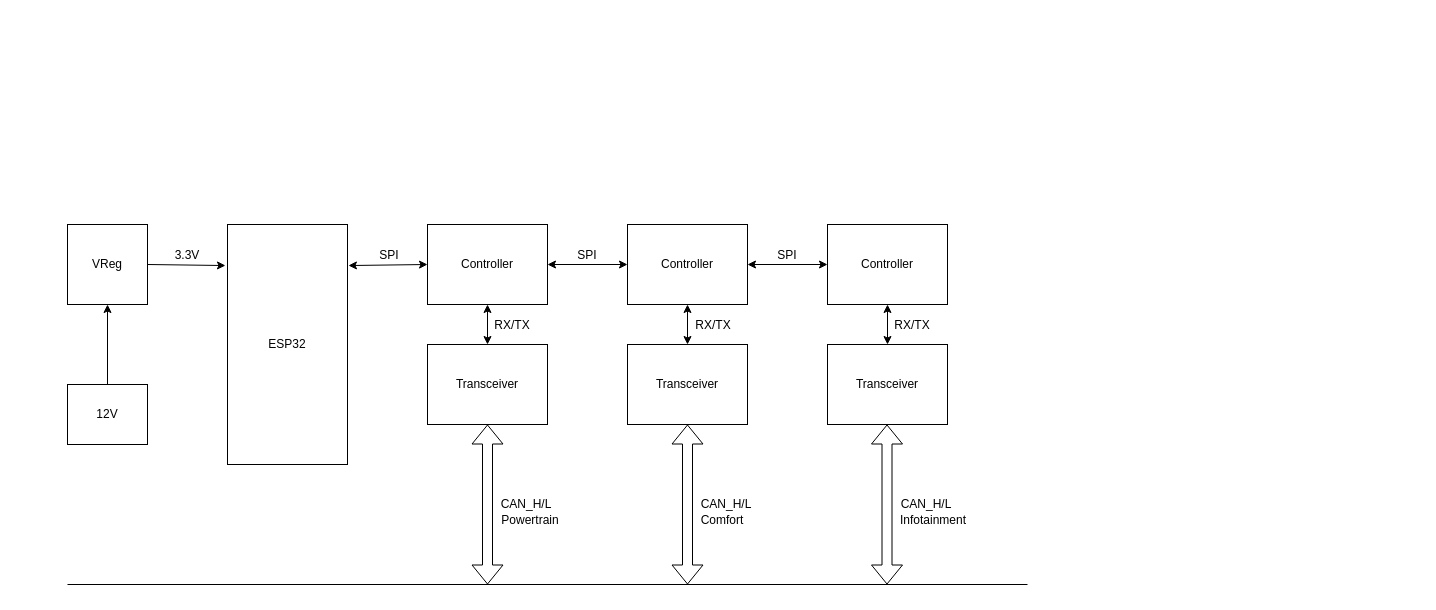
This is Unbenanntes Diagramm.drawio from Code99it/wireframe, a draw.io file, before an edit. Source tidied: cells renumbered, new cells numbered last; positions are measured from the earlier drawing's top-left corner, leaving out a move shared by most shapes. Both pictures are drawn from the tidied source at 100%, with x=0, y=0 at pixel (67, 224).
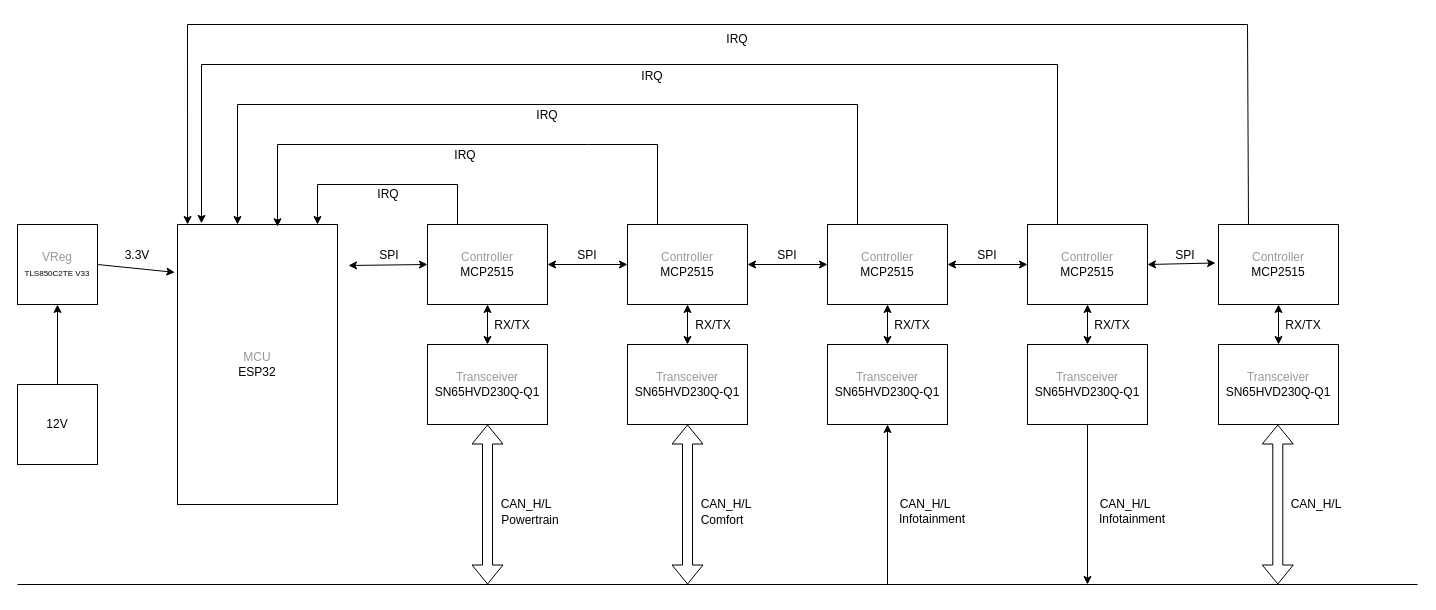
The same page after the edit.

The edit, as a diff of the source:
```diff
@@
-    <mxCell id="2" value="ESP32" style="rounded=0;whiteSpace=wrap;html=1;" parent="1" vertex="1">
-      <mxGeometry x="160" width="120" height="240" as="geometry" />
+    <mxCell id="2" value="&lt;font style=&quot;color: rgb(153, 153, 153);&quot;&gt;MCU&lt;/font&gt;&lt;div&gt;ESP32&lt;/div&gt;" style="rounded=0;whiteSpace=wrap;html=1;" parent="1" vertex="1">
+      <mxGeometry x="110" width="160" height="280" as="geometry" />
     </mxCell>
-    <mxCell id="3" value="Transceiver" style="rounded=0;whiteSpace=wrap;html=1;" parent="1" vertex="1">
+    <mxCell id="3" value="&lt;font style=&quot;color: rgb(153, 153, 153);&quot;&gt;Transceiver&lt;/font&gt;&lt;div&gt;SN65HVD230Q-Q1&lt;/div&gt;" style="rounded=0;whiteSpace=wrap;html=1;" parent="1" vertex="1">
       <mxGeometry x="360" y="120" width="120" height="80" as="geometry" />
     </mxCell>
-    <mxCell id="4" value="Controller" style="rounded=0;whiteSpace=wrap;html=1;" parent="1" vertex="1">
+    <mxCell id="4" value="&lt;font style=&quot;color: rgb(153, 153, 153);&quot;&gt;Controller&lt;/font&gt;&lt;div&gt;MCP2515&lt;/div&gt;" style="rounded=0;whiteSpace=wrap;html=1;" parent="1" vertex="1">
       <mxGeometry x="360" width="120" height="80" as="geometry" />
     </mxCell>
-    <mxCell id="5" value="VReg" style="rounded=0;whiteSpace=wrap;html=1;" parent="1" vertex="1">
-      <mxGeometry width="80" height="80" as="geometry" />
+    <mxCell id="5" value="&lt;font style=&quot;color: rgb(153, 153, 153);&quot;&gt;VReg&lt;/font&gt;&lt;div&gt;&lt;font style=&quot;font-size: 8px;&quot;&gt;TLS850C2TE V33&lt;/font&gt;&lt;/div&gt;" style="rounded=0;whiteSpace=wrap;html=1;" parent="1" vertex="1">
+      <mxGeometry x="-50" width="80" height="80" as="geometry" />
     </mxCell>
     <mxCell id="6" style="endArrow=none;html=1;rounded=0;" parent="1" edge="1">
       <mxGeometry relative="1" as="geometry">
-        <mxPoint y="360" as="sourcePoint" />
-        <mxPoint x="960" y="360" as="targetPoint" />
+        <mxPoint x="-50" y="360" as="sourcePoint" />
+        <mxPoint x="1350" y="360" as="targetPoint" />
       </mxGeometry>
     </mxCell>
@@
-    <mxCell id="9" style="endArrow=classic;startArrow=classic;html=1;rounded=0;exitX=1.008;exitY=0.171;exitDx=0;exitDy=0;exitPerimeter=0;entryX=0;entryY=0.5;entryDx=0;entryDy=0;" parent="1" edge="1" source="2" target="4">
-      <mxGeometry relative="1" as="geometry" />
+    <mxCell id="9" style="endArrow=classic;startArrow=classic;html=1;rounded=0;exitX=1.008;exitY=0.171;exitDx=0;exitDy=0;exitPerimeter=0;entryX=0;entryY=0.5;entryDx=0;entryDy=0;" parent="1" edge="1" target="4">
+      <mxGeometry relative="1" as="geometry">
+        <mxPoint x="281" y="41" as="sourcePoint" />
+      </mxGeometry>
     </mxCell>
@@
-    <mxCell id="15" value="Controller" style="rounded=0;whiteSpace=wrap;html=1;" parent="1" vertex="1">
+    <mxCell id="15" value="&lt;font style=&quot;color: rgb(153, 153, 153);&quot;&gt;Controller&lt;/font&gt;&lt;div&gt;MCP2515&lt;/div&gt;" style="rounded=0;whiteSpace=wrap;html=1;" parent="1" vertex="1">
       <mxGeometry x="560" width="120" height="80" as="geometry" />
     </mxCell>
-    <mxCell id="16" value="Transceiver" style="rounded=0;whiteSpace=wrap;html=1;" parent="1" vertex="1">
+    <mxCell id="16" value="&lt;font style=&quot;color: rgb(153, 153, 153);&quot;&gt;Transceiver&lt;/font&gt;&lt;div&gt;SN65HVD230Q-Q1&lt;/div&gt;" style="rounded=0;whiteSpace=wrap;html=1;" parent="1" vertex="1">
       <mxGeometry x="560" y="120" width="120" height="80" as="geometry" />
     </mxCell>
@@
     <mxCell id="24" value="3.3V" style="text;html=1;align=center;verticalAlign=middle;whiteSpace=wrap;rounded=0;" parent="1" vertex="1">
-      <mxGeometry x="90" y="16" width="60" height="30" as="geometry" />
+      <mxGeometry x="40" y="16" width="60" height="30" as="geometry" />
     </mxCell>
     <mxCell id="25" value="12V" style="rounded=0;whiteSpace=wrap;html=1;" parent="1" vertex="1">
-      <mxGeometry y="160" width="80" height="60" as="geometry" />
+      <mxGeometry x="-50" y="160" width="80" height="80" as="geometry" />
     </mxCell>
@@
-    <mxCell id="27" value="Controller" style="rounded=0;whiteSpace=wrap;html=1;" parent="1" vertex="1">
+    <mxCell id="27" value="&lt;font style=&quot;color: rgb(153, 153, 153);&quot;&gt;Controller&lt;/font&gt;&lt;div&gt;MCP2515&lt;/div&gt;" style="rounded=0;whiteSpace=wrap;html=1;" parent="1" vertex="1">
       <mxGeometry x="760" width="120" height="80" as="geometry" />
     </mxCell>
-    <mxCell id="28" value="Transceiver" style="rounded=0;whiteSpace=wrap;html=1;" parent="1" vertex="1">
+    <mxCell id="28" value="&lt;font style=&quot;color: rgb(153, 153, 153);&quot;&gt;Transceiver&lt;/font&gt;&lt;div&gt;SN65HVD230Q-Q1&lt;/div&gt;" style="rounded=0;whiteSpace=wrap;html=1;" parent="1" vertex="1">
       <mxGeometry x="760" y="120" width="120" height="80" as="geometry" />
     </mxCell>
-    <mxCell id="29" style="shape=flexArrow;endArrow=classic;startArrow=classic;html=1;rounded=0;" parent="1" edge="1">
-      <mxGeometry relative="1" as="geometry">
-        <mxPoint x="819.5" y="360" as="sourcePoint" />
-        <mxPoint x="819.5" y="200" as="targetPoint" />
-      </mxGeometry>
-    </mxCell>
@@
     <mxCell id="34" value="CAN_H/L" style="text;html=1;align=center;verticalAlign=middle;whiteSpace=wrap;rounded=0;" parent="1" vertex="1">
-      <mxGeometry x="829" y="265" width="60" height="30" as="geometry" />
+      <mxGeometry x="1028" y="265" width="60" height="30" as="geometry" />
     </mxCell>
     <mxCell id="35" value="Infotainment" style="text;html=1;align=center;verticalAlign=middle;whiteSpace=wrap;rounded=0;" parent="1" vertex="1">
-      <mxGeometry x="821" y="281" width="90" height="30" as="geometry" />
+      <mxGeometry x="1020" y="280" width="90" height="30" as="geometry" />
     </mxCell>
+    <mxCell id="36" style="endArrow=classic;html=1;rounded=0;entryX=0.5;entryY=1;entryDx=0;entryDy=0;" parent="1" edge="1" target="28">
+      <mxGeometry relative="1" as="geometry">
+        <mxPoint x="820" y="360" as="sourcePoint" />
+      </mxGeometry>
+    </mxCell>
+    <mxCell id="37" value="&lt;font style=&quot;color: rgb(153, 153, 153);&quot;&gt;Controller&lt;/font&gt;&lt;div&gt;MCP2515&lt;/div&gt;" style="rounded=0;whiteSpace=wrap;html=1;" parent="1" vertex="1">
+      <mxGeometry x="960" width="120" height="80" as="geometry" />
+    </mxCell>
+    <mxCell id="38" value="&lt;font style=&quot;color: rgb(153, 153, 153);&quot;&gt;Transceiver&lt;/font&gt;&lt;div&gt;SN65HVD230Q-Q1&lt;/div&gt;" style="rounded=0;whiteSpace=wrap;html=1;" parent="1" vertex="1">
+      <mxGeometry x="960" y="120" width="120" height="80" as="geometry" />
+    </mxCell>
+    <mxCell id="39" value="RX/TX" style="text;html=1;align=center;verticalAlign=middle;whiteSpace=wrap;rounded=0;" parent="1" vertex="1">
+      <mxGeometry x="1015" y="86" width="60" height="30" as="geometry" />
+    </mxCell>
+    <mxCell id="40" style="endArrow=classic;startArrow=classic;html=1;rounded=0;entryX=0.5;entryY=1;entryDx=0;entryDy=0;exitX=0.5;exitY=0;exitDx=0;exitDy=0;" parent="1" edge="1" source="38" target="37">
+      <mxGeometry relative="1" as="geometry" />
+    </mxCell>
+    <mxCell id="41" style="endArrow=classic;html=1;rounded=0;exitX=0.5;exitY=1;exitDx=0;exitDy=0;" parent="1" edge="1" source="38">
+      <mxGeometry relative="1" as="geometry">
+        <mxPoint x="1020" y="360" as="targetPoint" />
+      </mxGeometry>
+    </mxCell>
+    <mxCell id="42" style="endArrow=classic;startArrow=classic;html=1;rounded=0;exitX=1;exitY=0.5;exitDx=0;exitDy=0;entryX=0;entryY=0.5;entryDx=0;entryDy=0;" parent="1" edge="1" source="27" target="37">
+      <mxGeometry relative="1" as="geometry" />
+    </mxCell>
+    <mxCell id="43" value="SPI" style="text;html=1;align=center;verticalAlign=middle;whiteSpace=wrap;rounded=0;" parent="1" vertex="1">
+      <mxGeometry x="890" y="16" width="60" height="30" as="geometry" />
+    </mxCell>
+    <mxCell id="44" value="CAN_H/L" style="text;html=1;align=center;verticalAlign=middle;whiteSpace=wrap;rounded=0;" parent="1" vertex="1">
+      <mxGeometry x="828" y="265" width="60" height="30" as="geometry" />
+    </mxCell>
+    <mxCell id="45" value="Infotainment" style="text;html=1;align=center;verticalAlign=middle;whiteSpace=wrap;rounded=0;" parent="1" vertex="1">
+      <mxGeometry x="820" y="280" width="90" height="30" as="geometry" />
+    </mxCell>
+    <mxCell id="46" style="endArrow=classic;html=1;rounded=0;entryX=0.75;entryY=0;entryDx=0;entryDy=0;exitX=0.25;exitY=0;exitDx=0;exitDy=0;" parent="1" edge="1" source="4">
+      <mxGeometry relative="1" as="geometry">
+        <mxPoint x="250" as="targetPoint" />
+        <Array as="points">
+          <mxPoint x="390" y="-40" />
+          <mxPoint x="250" y="-40" />
+        </Array>
+      </mxGeometry>
+    </mxCell>
+    <mxCell id="47" value="IRQ" style="text;html=1;align=center;verticalAlign=middle;whiteSpace=wrap;rounded=0;" parent="1" vertex="1">
+      <mxGeometry x="291" y="-45" width="60" height="30" as="geometry" />
+    </mxCell>
+    <mxCell id="48" style="endArrow=classic;html=1;rounded=0;entryX=0.625;entryY=0.008;entryDx=0;entryDy=0;exitX=0.25;exitY=0;exitDx=0;exitDy=0;entryPerimeter=0;" parent="1" edge="1" target="2">
+      <mxGeometry relative="1" as="geometry">
+        <mxPoint x="590" as="sourcePoint" />
+        <Array as="points">
+          <mxPoint x="590" y="-80" />
+          <mxPoint x="520" y="-80" />
+          <mxPoint x="210" y="-80" />
+        </Array>
+      </mxGeometry>
+    </mxCell>
+    <mxCell id="49" value="IRQ" style="text;html=1;align=center;verticalAlign=middle;whiteSpace=wrap;rounded=0;" parent="1" vertex="1">
+      <mxGeometry x="368" y="-84" width="60" height="30" as="geometry" />
+    </mxCell>
+    <mxCell id="50" style="endArrow=classic;html=1;rounded=0;exitX=0.25;exitY=0;exitDx=0;exitDy=0;entryX=0.375;entryY=0;entryDx=0;entryDy=0;entryPerimeter=0;" parent="1" edge="1" source="27" target="2">
+      <mxGeometry relative="1" as="geometry">
+        <Array as="points">
+          <mxPoint x="790" y="-120" />
+          <mxPoint x="170" y="-120" />
+        </Array>
+      </mxGeometry>
+    </mxCell>
+    <mxCell id="51" value="IRQ" style="text;html=1;align=center;verticalAlign=middle;whiteSpace=wrap;rounded=0;" parent="1" vertex="1">
+      <mxGeometry x="450" y="-124" width="60" height="30" as="geometry" />
+    </mxCell>
+    <mxCell id="52" style="endArrow=classic;html=1;rounded=0;exitX=0.25;exitY=0;exitDx=0;exitDy=0;entryX=0.15;entryY=-0.004;entryDx=0;entryDy=0;entryPerimeter=0;" parent="1" edge="1" source="37" target="2">
+      <mxGeometry relative="1" as="geometry">
+        <Array as="points">
+          <mxPoint x="990" y="-160" />
+          <mxPoint x="134" y="-160" />
+        </Array>
+      </mxGeometry>
+    </mxCell>
+    <mxCell id="53" value="IRQ" style="text;html=1;align=center;verticalAlign=middle;whiteSpace=wrap;rounded=0;" parent="1" vertex="1">
+      <mxGeometry x="555" y="-163" width="60" height="30" as="geometry" />
+    </mxCell>
+    <mxCell id="54" value="CAN_H/L" style="text;html=1;align=center;verticalAlign=middle;whiteSpace=wrap;rounded=0;" parent="1" vertex="1">
+      <mxGeometry x="1219" y="265" width="60" height="30" as="geometry" />
+    </mxCell>
+    <mxCell id="55" value="&lt;font style=&quot;color: rgb(153, 153, 153);&quot;&gt;Controller&lt;/font&gt;&lt;div&gt;MCP2515&lt;/div&gt;" style="rounded=0;whiteSpace=wrap;html=1;" parent="1" vertex="1">
+      <mxGeometry x="1151" width="120" height="80" as="geometry" />
+    </mxCell>
+    <mxCell id="56" value="&lt;font style=&quot;color: rgb(153, 153, 153);&quot;&gt;Transceiver&lt;/font&gt;&lt;div&gt;SN65HVD230Q-Q1&lt;/div&gt;" style="rounded=0;whiteSpace=wrap;html=1;" parent="1" vertex="1">
+      <mxGeometry x="1151" y="120" width="120" height="80" as="geometry" />
+    </mxCell>
+    <mxCell id="57" value="RX/TX" style="text;html=1;align=center;verticalAlign=middle;whiteSpace=wrap;rounded=0;" parent="1" vertex="1">
+      <mxGeometry x="1206" y="86" width="60" height="30" as="geometry" />
+    </mxCell>
+    <mxCell id="58" style="endArrow=classic;startArrow=classic;html=1;rounded=0;entryX=0.5;entryY=1;entryDx=0;entryDy=0;exitX=0.5;exitY=0;exitDx=0;exitDy=0;" parent="1" edge="1" source="56" target="55">
+      <mxGeometry relative="1" as="geometry" />
+    </mxCell>
+    <mxCell id="59" style="endArrow=classic;html=1;rounded=0;exitX=0.25;exitY=0;exitDx=0;exitDy=0;entryX=0.063;entryY=0;entryDx=0;entryDy=0;entryPerimeter=0;" parent="1" edge="1" source="55" target="2">
+      <mxGeometry relative="1" as="geometry">
+        <Array as="points">
+          <mxPoint x="1180" y="-200" />
+          <mxPoint x="120" y="-200" />
+        </Array>
+      </mxGeometry>
+    </mxCell>
+    <mxCell id="60" value="IRQ" style="text;html=1;align=center;verticalAlign=middle;whiteSpace=wrap;rounded=0;" parent="1" vertex="1">
+      <mxGeometry x="640" y="-200" width="60" height="30" as="geometry" />
+    </mxCell>
+    <mxCell id="61" style="shape=flexArrow;endArrow=classic;startArrow=classic;html=1;rounded=0;" parent="1" edge="1">
+      <mxGeometry relative="1" as="geometry">
+        <mxPoint x="1210.3" y="360" as="sourcePoint" />
+        <mxPoint x="1210.3" y="200" as="targetPoint" />
+      </mxGeometry>
+    </mxCell>
+    <mxCell id="62" value="SPI" style="text;html=1;align=center;verticalAlign=middle;whiteSpace=wrap;rounded=0;" parent="1" vertex="1">
+      <mxGeometry x="1088" y="16" width="60" height="30" as="geometry" />
+    </mxCell>
+    <mxCell id="63" style="endArrow=classic;startArrow=classic;html=1;rounded=0;entryX=1;entryY=0.75;entryDx=0;entryDy=0;exitX=1;exitY=0.5;exitDx=0;exitDy=0;" parent="1" edge="1" source="37" target="62">
+      <mxGeometry relative="1" as="geometry" />
+    </mxCell>
```
